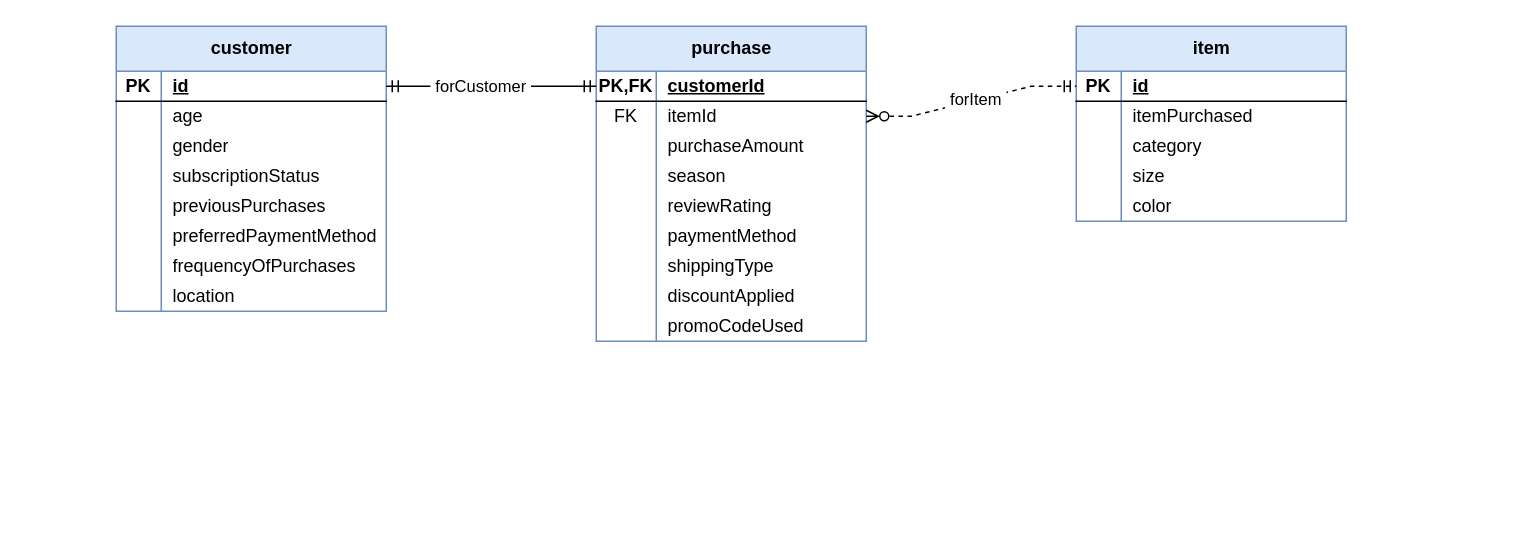
quoll/608_HW3_ERModels keeps this draw.io diagram as shopping_trends.drawio. Above is the earlier version. Source tidied: cells renumbered, new cells numbered last; positions are measured from the earlier drawing's top-left corner, leaving out a move shared by most shapes. Both pictures are drawn from the tidied source at 150%, with x=0, y=0 at pixel (116, 26).
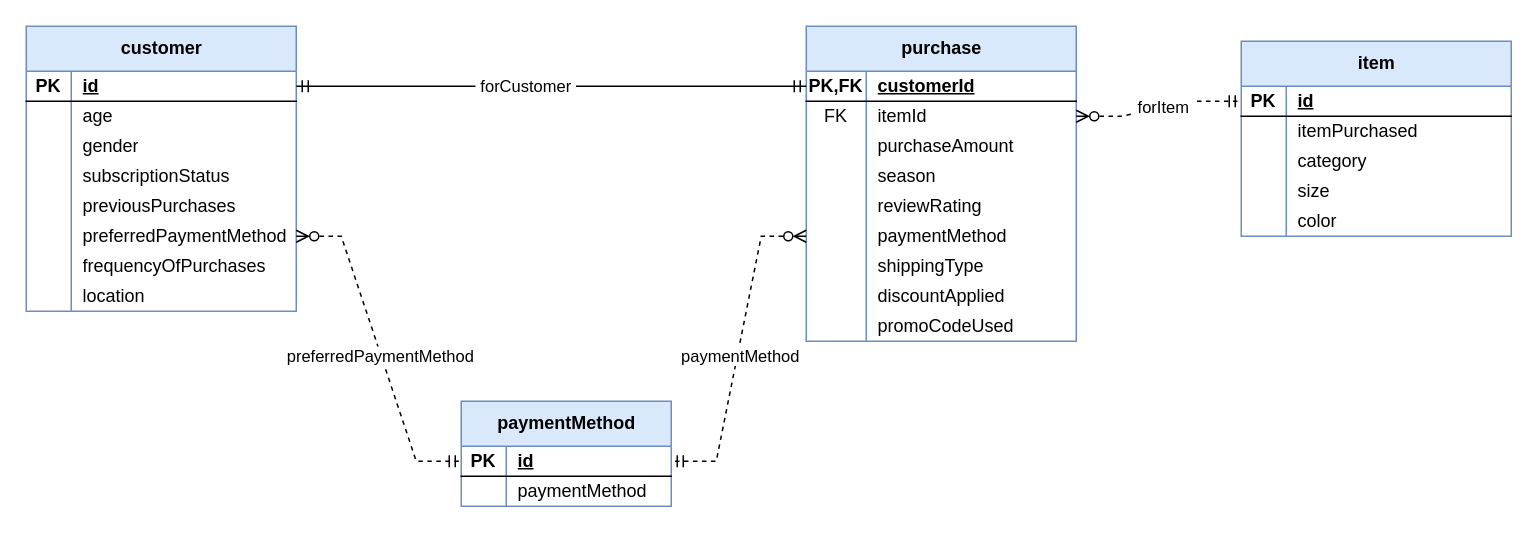
The same diagram, later.

The change refers to these unchanged cells:
```xml
<mxCell id="18" style="shape=tableRow;horizontal=0;startSize=0;swimlaneHead=0;swimlaneBody=0;fillColor=none;points=[[0,0.5],[1,0.5]];portConstraint=eastwest;top=0;left=0;right=0;bottom=0;" parent="2" vertex="1">
  <mxGeometry y="130" width="180" height="20" as="geometry" />
</mxCell>
<mxCell id="59" style="shape=tableRow;horizontal=0;startSize=0;swimlaneHead=0;swimlaneBody=0;fillColor=none;points=[[0,0.5],[1,0.5]];portConstraint=eastwest;top=0;left=0;right=0;bottom=0;" parent="43" vertex="1">
  <mxGeometry y="130" width="180" height="20" as="geometry" />
</mxCell>
```

The edit, as a diff of the source:
```diff
@@
     <mxCell id="2" value="customer" style="shape=table;startSize=30;childLayout=tableLayout;rowLines=0;fontStyle=1;align=center;html=1;fillColor=#dae8fc;strokeColor=#6c8ebf;" parent="1" vertex="1">
-      <mxGeometry width="180" height="190" as="geometry" />
+      <mxGeometry x="-60" width="180" height="190" as="geometry" />
     </mxCell>
@@
     <mxCell id="27" value="item" style="shape=table;startSize=30;childLayout=tableLayout;rowLines=0;fontStyle=1;align=center;html=1;fillColor=#dae8fc;strokeColor=#6c8ebf;" parent="1" vertex="1">
-      <mxGeometry x="640" width="180" height="130" as="geometry" />
+      <mxGeometry x="750" y="10" width="180" height="130" as="geometry" />
     </mxCell>
@@
     <mxCell id="43" value="purchase" style="shape=table;startSize=30;childLayout=tableLayout;rowLines=0;fontStyle=1;align=center;html=1;fillColor=#dae8fc;strokeColor=#6c8ebf;" parent="1" vertex="1">
-      <mxGeometry x="320" width="180" height="210" as="geometry" />
+      <mxGeometry x="460" width="180" height="210" as="geometry" />
     </mxCell>
@@
+    <mxCell id="75" value="paymentMethod" style="shape=table;startSize=30;childLayout=tableLayout;rowLines=0;fontStyle=1;align=center;html=1;fillColor=#dae8fc;strokeColor=#6c8ebf;" parent="1" vertex="1">
+      <mxGeometry x="230" y="250" width="140" height="70" as="geometry" />
+    </mxCell>
+    <mxCell id="76" style="shape=tableRow;horizontal=0;startSize=0;swimlaneHead=0;swimlaneBody=0;fillColor=none;points=[[0,0.5],[1,0.5]];portConstraint=eastwest;top=0;left=0;right=0;bottom=1;" parent="75" vertex="1">
+      <mxGeometry y="30" width="140" height="20" as="geometry" />
+    </mxCell>
+    <mxCell id="77" value="PK" style="shape=partialRectangle;fillColor=none;top=0;left=0;bottom=0;right=0;fontStyle=1;overflow=hidden;whiteSpace=wrap;html=1;" parent="76" vertex="1">
+      <mxGeometry width="30" height="20" as="geometry" />
+    </mxCell>
+    <mxCell id="78" value="id" style="shape=partialRectangle;fillColor=none;top=0;left=0;bottom=0;right=0;align=left;spacingLeft=6;fontStyle=5;overflow=hidden;whiteSpace=wrap;html=1;" parent="76" vertex="1">
+      <mxGeometry x="30" width="110" height="20" as="geometry" />
+    </mxCell>
+    <mxCell id="79" style="shape=tableRow;horizontal=0;startSize=0;swimlaneHead=0;swimlaneBody=0;fillColor=none;top=0;left=0;right=0;bottom=0;" parent="75" vertex="1">
+      <mxGeometry y="50" width="140" height="20" as="geometry" />
+    </mxCell>
+    <mxCell id="80" style="shape=partialRectangle;fillColor=none;top=0;left=0;bottom=0;right=0;overflow=hidden;whiteSpace=wrap;html=1;" parent="79" vertex="1">
+      <mxGeometry width="30" height="20" as="geometry" />
+    </mxCell>
+    <mxCell id="81" value="paymentMethod" style="shape=partialRectangle;fillColor=none;top=0;left=0;bottom=0;right=0;align=left;spacingLeft=6;overflow=hidden;whiteSpace=wrap;html=1;" parent="79" vertex="1">
+      <mxGeometry x="30" width="110" height="20" as="geometry" />
+    </mxCell>
+    <mxCell id="82" style="edgeStyle=entityRelationEdgeStyle;fontSize=12;html=1;endArrow=ERmandOne;startArrow=ERzeroToMany;rounded=0;exitX=0;exitY=0.5;exitDx=0;exitDy=0;startFill=0;dashed=1;" parent="1" edge="1" source="59" target="76">
+      <mxGeometry relative="1" as="geometry" />
+    </mxCell>
+    <mxCell id="83" value="paymentMethod" style="edgeLabel;html=1;align=center;verticalAlign=middle;" parent="82" vertex="1">
+      <mxGeometry x="0.04" y="1" relative="1" as="geometry" />
+    </mxCell>
+    <mxCell id="84" style="edgeStyle=entityRelationEdgeStyle;fontSize=12;html=1;endArrow=ERmandOne;startArrow=ERzeroToMany;rounded=0;exitX=1;exitY=0.5;exitDx=0;exitDy=0;startFill=0;dashed=1;" parent="1" edge="1" source="18" target="76">
+      <mxGeometry relative="1" as="geometry">
+        <Array as="points">
+          <mxPoint x="300" y="280" />
+          <mxPoint x="290" y="280" />
+          <mxPoint x="270" y="300" />
+        </Array>
+      </mxGeometry>
+    </mxCell>
+    <mxCell id="85" value="preferredPaymentMethod" style="edgeLabel;html=1;align=center;verticalAlign=middle;" parent="84" vertex="1">
+      <mxGeometry x="0.04" y="1" relative="1" as="geometry">
+        <mxPoint x="-2" y="1" as="offset" />
+      </mxGeometry>
+    </mxCell>
```
